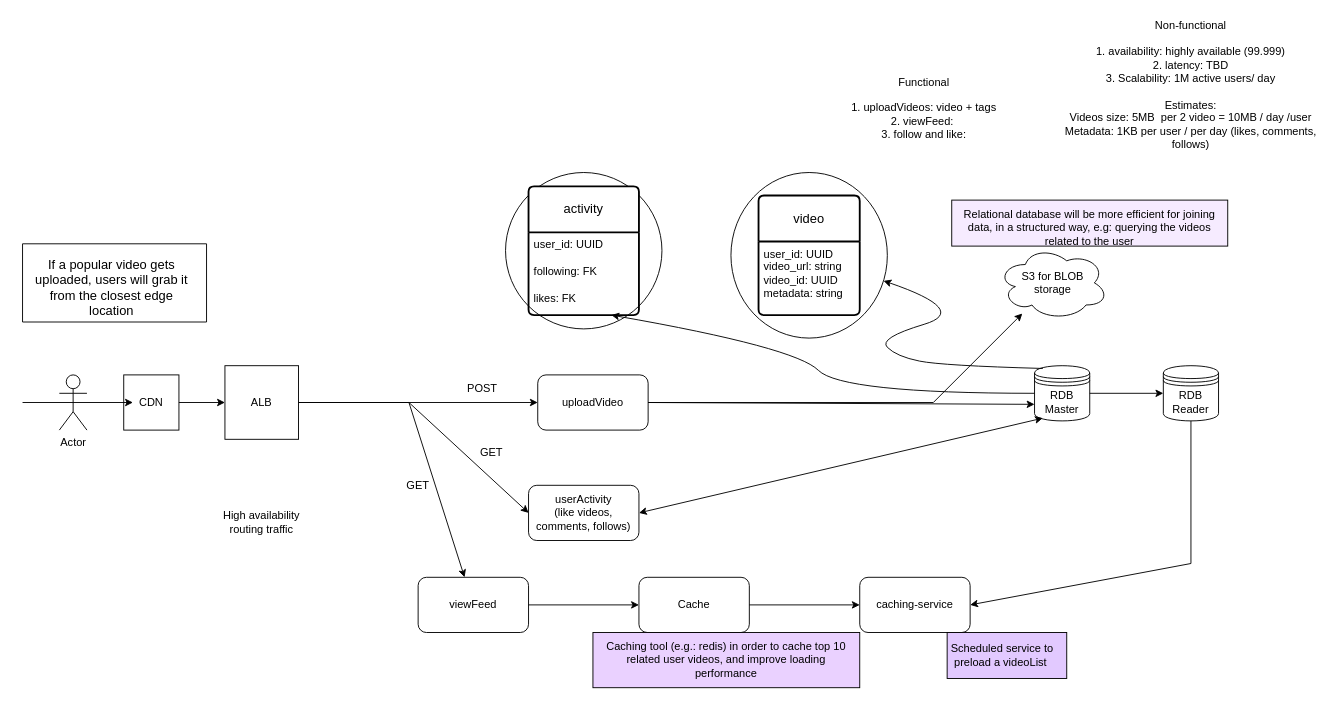
The draw.io diagram Untitled Diagram.drawio in diego-nieto-pena/code-school, before the edit. Source tidied: cells renumbered, new cells numbered last; positions are measured from the earlier drawing's top-left corner, leaving out a move shared by most shapes. Both pictures are drawn from the tidied source at 92%, with x=0, y=0 at pixel (22, 16).
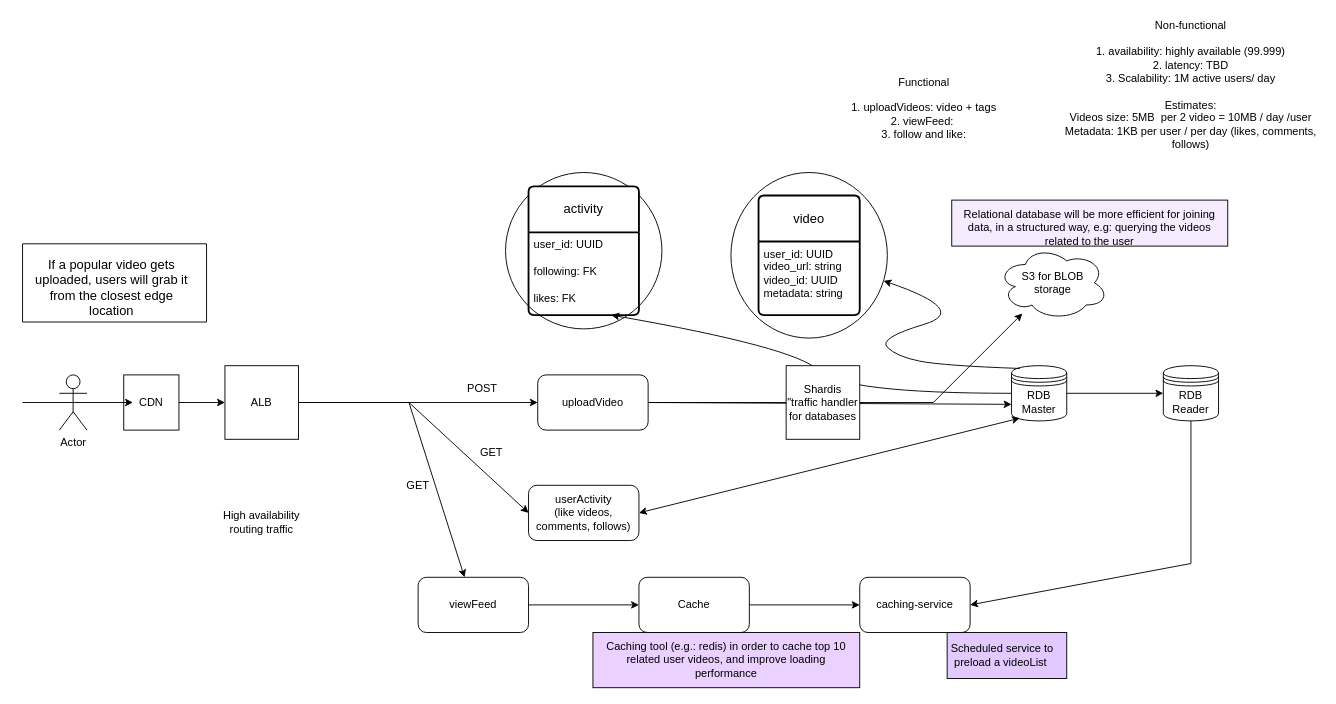
The same page after the edit.

The edit, as a diff of the source:
```diff
@@
     <mxCell id="8" value="RDB&lt;br&gt;Master" style="shape=datastore;whiteSpace=wrap;html=1;" parent="1" vertex="1">
-      <mxGeometry x="1100" y="380" width="60" height="60" as="geometry" />
+      <mxGeometry x="1075" y="380" width="60" height="60" as="geometry" />
     </mxCell>
@@
+    <mxCell id="47" value="Shardis&lt;br&gt;&quot;traffic handler&lt;br&gt;for databases" style="whiteSpace=wrap;html=1;" parent="1" vertex="1">
+      <mxGeometry x="830" y="380" width="80" height="80" as="geometry" />
+    </mxCell>
```
